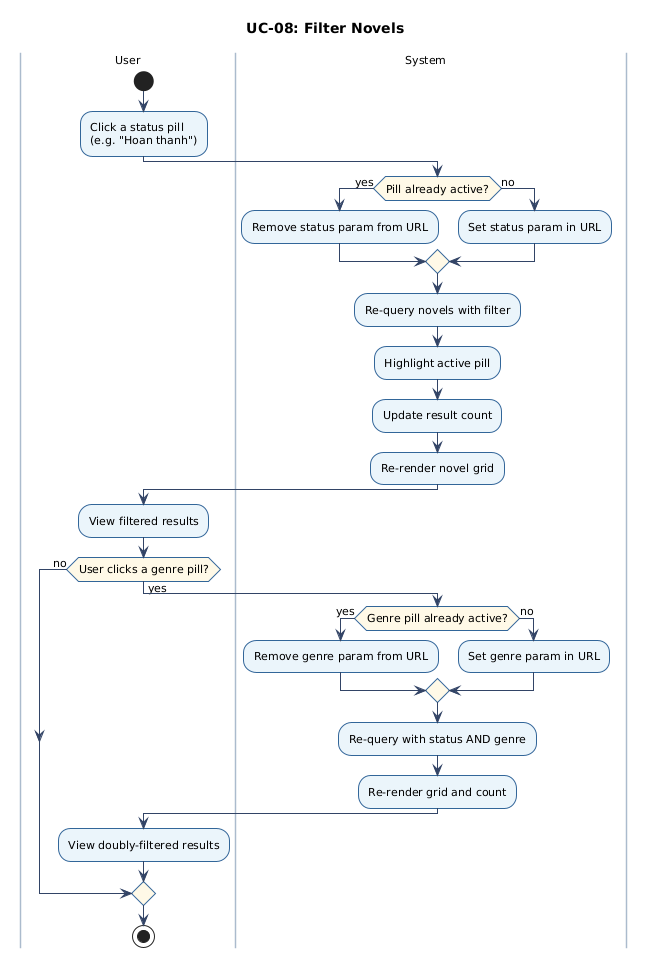
chinhbmt122/Software-Architecture keeps this PlantUML diagram as docs/figures/uc-08-activity.png. Above is the earlier version.
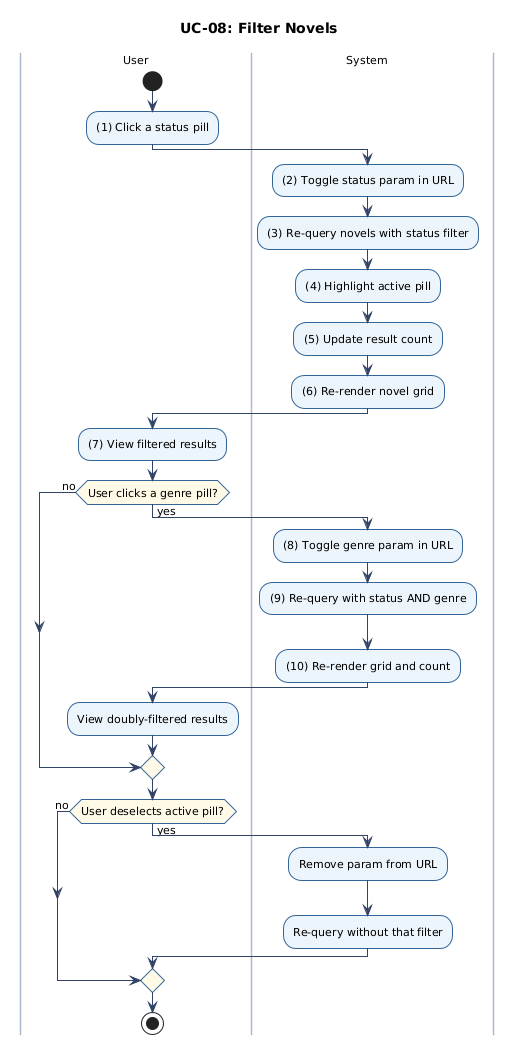
After the commit.

The edit, as a diff of the source:
```diff
@@ -15,31 +15,30 @@
 title UC-08: Filter Novels
 |User|
 start
-:Click a status pill\n(e.g. "Hoan thanh");
+:(1) Click a status pill;
 |System|
-if (Pill already active?) then (yes)
-  :Remove status param from URL;
-else (no)
-  :Set status param in URL;
-endif
-:Re-query novels with filter;
-:Highlight active pill;
-:Update result count;
-:Re-render novel grid;
+:(2) Toggle status param in URL;
+:(3) Re-query novels with status filter;
+:(4) Highlight active pill;
+:(5) Update result count;
+:(6) Re-render novel grid;
 |User|
-:View filtered results;
+:(7) View filtered results;
 if (User clicks a genre pill?) then (yes)
   |System|
-  if (Genre pill already active?) then (yes)
-    :Remove genre param from URL;
-  else (no)
-    :Set genre param in URL;
-  endif
-  :Re-query with status AND genre;
-  :Re-render grid and count;
+  :(8) Toggle genre param in URL;
+  :(9) Re-query with status AND genre;
+  :(10) Re-render grid and count;
   |User|
   :View doubly-filtered results;
 else (no)
 endif
+if (User deselects active pill?) then (yes)
+  |System|
+  :Remove param from URL;
+  :Re-query without that filter;
+  |User|
+else (no)
+endif
 stop
 @enduml
```
